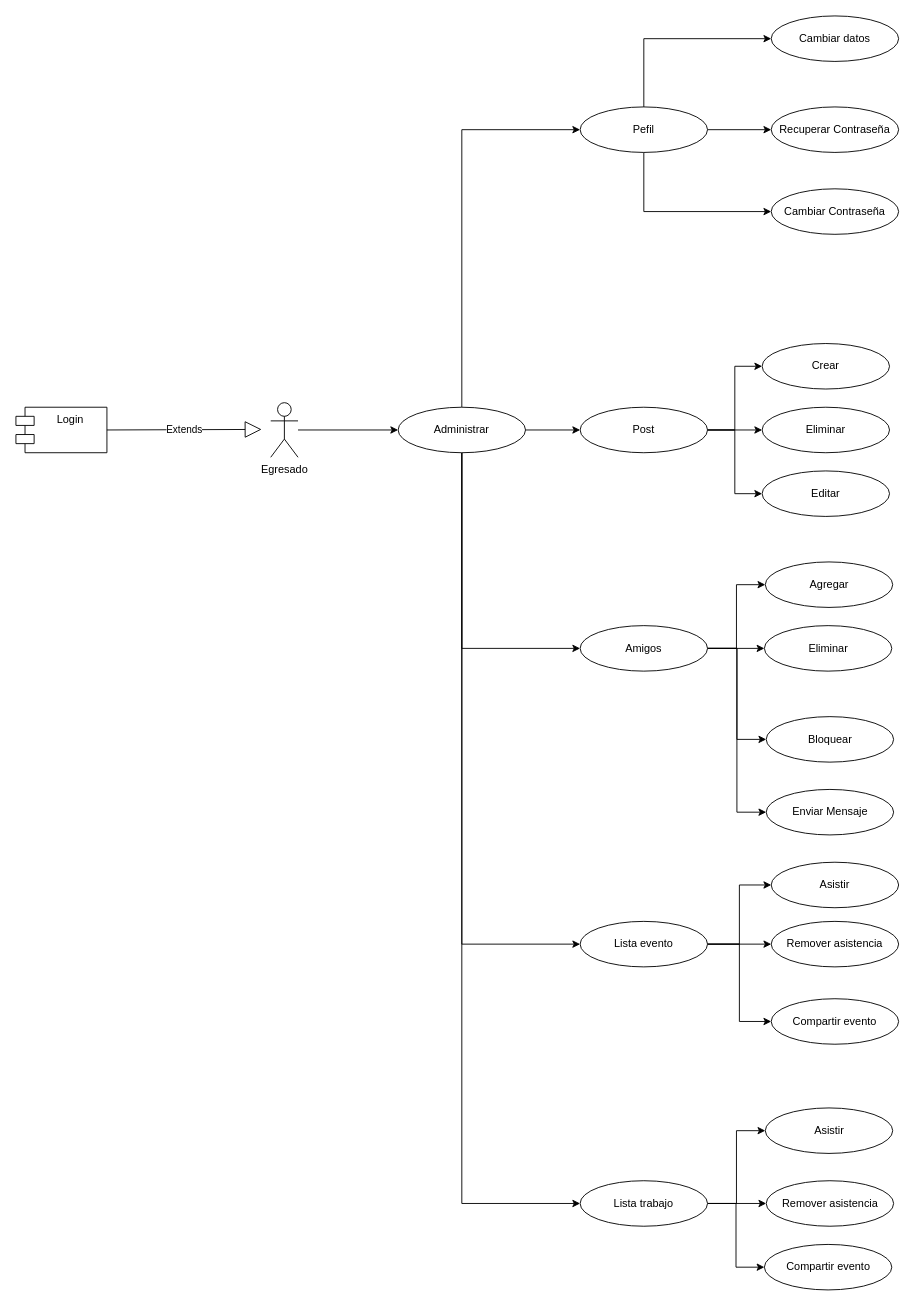
The draw.io diagram page "Modulo Egresado" (3 of 5) of Modelo datos.drawio in Jslquintero/Seguimiento-Egresados, before the edit. Source tidied: cells renumbered, new cells numbered last; positions are measured from the earlier drawing's top-left corner, leaving out a move shared by most shapes. Both pictures are drawn from the tidied source at 91%, with x=0, y=0 at pixel (15, 15).
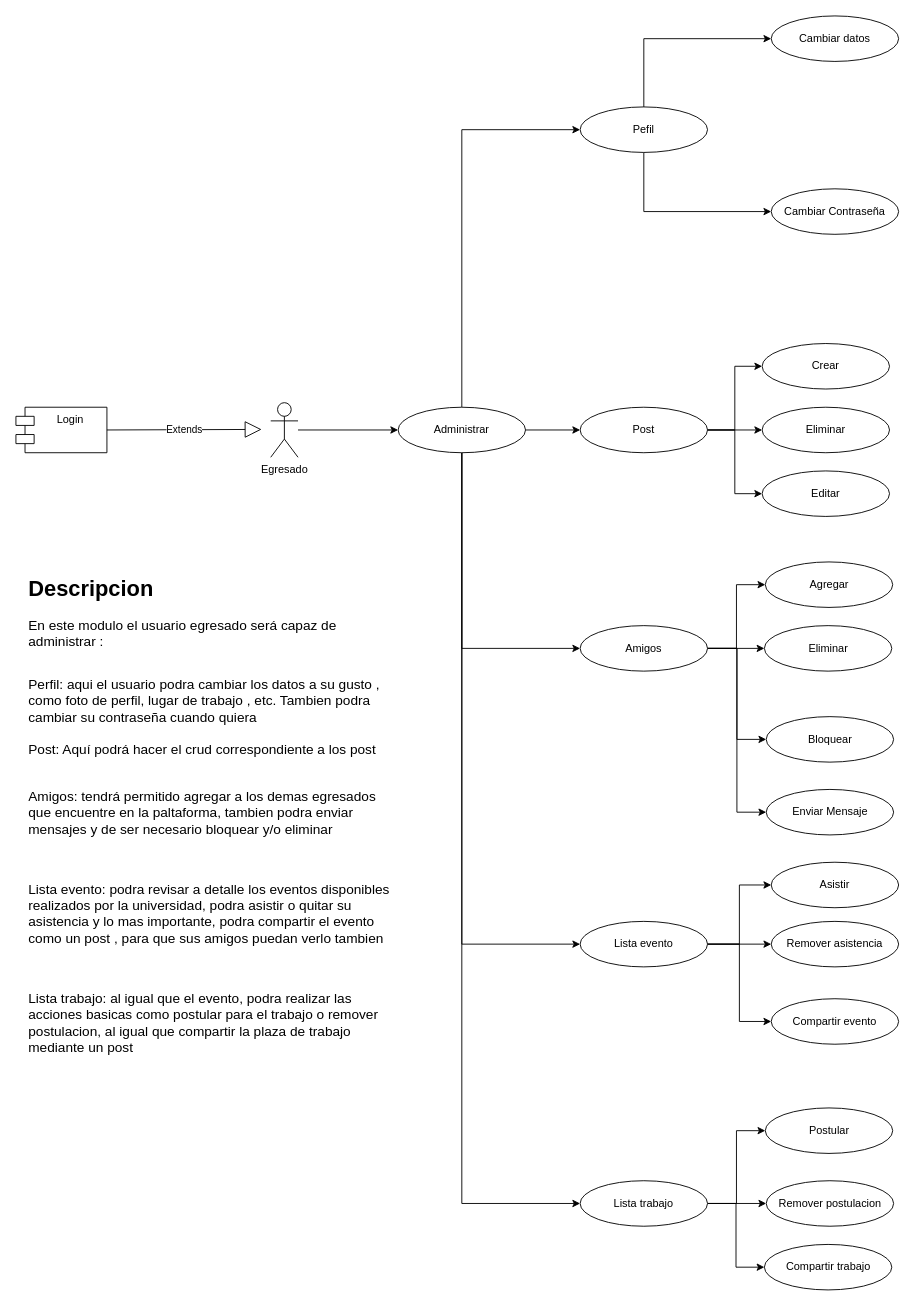
Above is the later version.

The change refers to these unchanged cells:
```xml
<mxCell id="13" value="Pefil" style="ellipse;whiteSpace=wrap;html=1;" parent="1" vertex="1">
  <mxGeometry x="620" y="100" width="140" height="50" as="geometry" />
</mxCell>
```

Diff of the diagram source:
```diff
@@
-    <mxCell id="12" style="edgeStyle=orthogonalEdgeStyle;rounded=0;jettySize=auto;html=1;" parent="1" edge="1" source="13" target="37">
-      <mxGeometry relative="1" as="geometry" />
-    </mxCell>
@@
-    <mxCell id="37" value="Recuperar Contraseña" style="ellipse;whiteSpace=wrap;html=1;" parent="1" vertex="1">
-      <mxGeometry x="830" y="100" width="140" height="50" as="geometry" />
-    </mxCell>
@@
-    <mxCell id="44" value="Asistir" style="ellipse;whiteSpace=wrap;html=1;" parent="1" vertex="1">
+    <mxCell id="44" value="Postular" style="ellipse;whiteSpace=wrap;html=1;" parent="1" vertex="1">
       <mxGeometry x="823.5" y="1200" width="140" height="50" as="geometry" />
     </mxCell>
-    <mxCell id="45" value="Compartir evento" style="ellipse;whiteSpace=wrap;html=1;" parent="1" vertex="1">
+    <mxCell id="45" value="Compartir trabajo" style="ellipse;whiteSpace=wrap;html=1;" parent="1" vertex="1">
       <mxGeometry x="822.5" y="1350" width="140" height="50" as="geometry" />
     </mxCell>
-    <mxCell id="46" value="Remover asistencia" style="ellipse;whiteSpace=wrap;html=1;" parent="1" vertex="1">
+    <mxCell id="46" value="Remover postulacion" style="ellipse;whiteSpace=wrap;html=1;" parent="1" vertex="1">
       <mxGeometry x="824.5" y="1280" width="140" height="50" as="geometry" />
     </mxCell>
@@
+    <mxCell id="49" value="&lt;h1&gt;Descripcion&lt;/h1&gt;&lt;p&gt;&lt;font style=&quot;font-size: 15px&quot;&gt;En este modulo el usuario egresado será capaz de administrar :&lt;/font&gt;&lt;br&gt;&lt;br&gt;&lt;br&gt;&lt;font style=&quot;font-size: 15px&quot;&gt;Perfil: aqui el usuario podra cambiar los datos a su gusto , como foto de perfil, lugar de trabajo , etc. Tambien podra cambiar su contraseña cuando quiera&amp;nbsp;&lt;br&gt;&lt;br&gt;Post: Aquí podrá hacer el crud correspondiente a los post&lt;br&gt;&lt;br&gt;&lt;/font&gt;&lt;/p&gt;&lt;p style=&quot;font-size: 15px&quot;&gt;&lt;font style=&quot;font-size: 15px&quot;&gt;Amigos: tendrá permitido agregar a los demas egresados que encuentre en la paltaforma, tambien podra enviar mensajes y de ser necesario bloquear y/o eliminar&amp;nbsp;&lt;/font&gt;&lt;/p&gt;&lt;p style=&quot;font-size: 15px&quot;&gt;&lt;font style=&quot;font-size: 15px&quot;&gt;&lt;br&gt;&lt;/font&gt;&lt;/p&gt;&lt;p style=&quot;font-size: 15px&quot;&gt;&lt;font style=&quot;font-size: 15px&quot;&gt;Lista evento: podra revisar a detalle los eventos disponibles realizados por la universidad, podra asistir o quitar su asistencia y lo mas importante, podra compartir el evento como un post , para que sus amigos puedan verlo tambien&amp;nbsp;&lt;/font&gt;&lt;/p&gt;&lt;p style=&quot;font-size: 15px&quot;&gt;&lt;font style=&quot;font-size: 15px&quot;&gt;&lt;br&gt;&lt;/font&gt;&lt;/p&gt;&lt;p style=&quot;font-size: 15px&quot;&gt;&lt;font style=&quot;font-size: 15px&quot;&gt;Lista trabajo: al igual que el evento, podra realizar las acciones basicas como postular para el trabajo o remover postulacion, al igual que compartir la plaza de trabajo mediante un post&lt;/font&gt;&lt;/p&gt;" style="text;html=1;strokeColor=none;fillColor=none;spacing=5;spacingTop=-20;whiteSpace=wrap;overflow=hidden;rounded=0;" parent="1" vertex="1">
+      <mxGeometry x="9" y="610" width="411" height="570" as="geometry" />
+    </mxCell>
```
